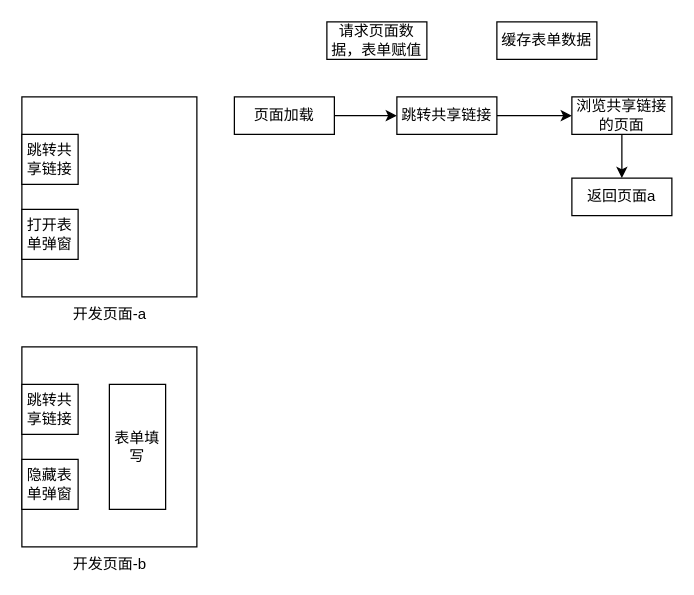
Before: price文章bug图.drawio in snake34475/draw.io, a draw.io diagram. Source tidied: cells renumbered, new cells numbered last; positions are measured from the earlier drawing's top-left corner, leaving out a move shared by most shapes. Both pictures are drawn from the tidied source at 125%, with x=0, y=0 at pixel (21, 21).
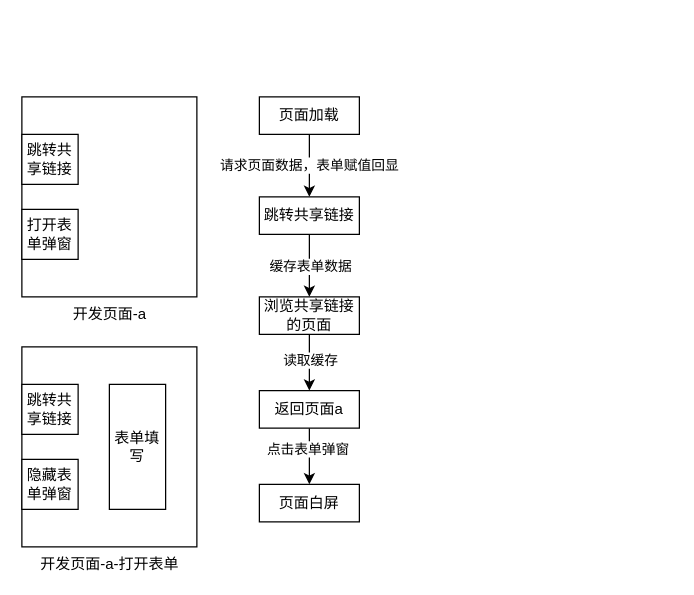
Above is the later version.

Commit message (it also covers changes not shown here):
更新price文章bug图.drawio

Unchanged cells that the change refers to:
```xml
<mxCell id="5" style="edgeStyle=orthogonalEdgeStyle;rounded=0;jettySize=auto;html=1;" parent="1" edge="1" source="6" target="9">
  <mxGeometry relative="1" as="geometry" />
</mxCell>
<mxCell id="8" style="edgeStyle=orthogonalEdgeStyle;rounded=0;jettySize=auto;html=1;" parent="1" edge="1" source="9" target="11">
  <mxGeometry relative="1" as="geometry" />
</mxCell>
<mxCell id="10" style="edgeStyle=orthogonalEdgeStyle;rounded=0;jettySize=auto;html=1;" parent="1" edge="1" source="11" target="17">
  <mxGeometry relative="1" as="geometry" />
</mxCell>
```

The edit, as a diff of the source:
```diff
@@
+    <mxCell id="18" value="请求页面数据，表单赋值回显&lt;br&gt;" style="edgeLabel;html=1;align=center;verticalAlign=middle;" parent="5" vertex="1">
+      <mxGeometry x="-0.05" y="-1" relative="1" as="geometry" />
+    </mxCell>
     <mxCell id="6" value="页面加载" style="rounded=0;whiteSpace=wrap;html=1;" parent="1" vertex="1">
-      <mxGeometry x="170" y="60" width="80" height="30" as="geometry" />
+      <mxGeometry x="190" y="60" width="80" height="30" as="geometry" />
     </mxCell>
-    <mxCell id="7" value="请求页面数据，表单赋值" style="rounded=0;whiteSpace=wrap;html=1;" parent="1" vertex="1">
-      <mxGeometry x="244" width="80" height="30" as="geometry" />
-    </mxCell>
@@
+    <mxCell id="12" value="缓存表单数据" style="edgeLabel;html=1;align=center;verticalAlign=middle;" parent="8" vertex="1">
+      <mxGeometry relative="1" as="geometry" />
+    </mxCell>
     <mxCell id="9" value="跳转共享链接" style="rounded=0;whiteSpace=wrap;html=1;" parent="1" vertex="1">
-      <mxGeometry x="300" y="60" width="80" height="30" as="geometry" />
+      <mxGeometry x="190" y="140" width="80" height="30" as="geometry" />
     </mxCell>
@@
+    <mxCell id="19" value="读取缓存" style="edgeLabel;html=1;align=center;verticalAlign=middle;" parent="10" vertex="1">
+      <mxGeometry x="-0.47" y="-3" relative="1" as="geometry">
+        <mxPoint x="3" y="8" as="offset" />
+      </mxGeometry>
+    </mxCell>
     <mxCell id="11" value="浏览共享链接的页面" style="rounded=0;whiteSpace=wrap;html=1;" parent="1" vertex="1">
-      <mxGeometry x="440" y="60" width="80" height="30" as="geometry" />
+      <mxGeometry x="190" y="220" width="80" height="30" as="geometry" />
     </mxCell>
-    <mxCell id="12" value="缓存表单数据" style="rounded=0;whiteSpace=wrap;html=1;" parent="1" vertex="1">
-      <mxGeometry x="380" width="80" height="30" as="geometry" />
-    </mxCell>
-    <mxCell id="13" value="开发页面-b" style="verticalLabelPosition=bottom;verticalAlign=top;html=1;shape=mxgraph.basic.rect;fillColor2=none;strokeWidth=1;size=20;indent=5;" parent="1" vertex="1">
+    <mxCell id="13" value="开发页面-a-打开表单&lt;br&gt;" style="verticalLabelPosition=bottom;verticalAlign=top;html=1;shape=mxgraph.basic.rect;fillColor2=none;strokeWidth=1;size=20;indent=5;" parent="1" vertex="1">
       <mxGeometry y="260" width="140" height="160" as="geometry" />
     </mxCell>
@@
+    <mxCell id="20" style="edgeStyle=orthogonalEdgeStyle;rounded=0;jettySize=auto;html=1;" parent="1" edge="1" source="17" target="22">
+      <mxGeometry relative="1" as="geometry" />
+    </mxCell>
+    <mxCell id="21" value="点击表单弹窗" style="edgeLabel;html=1;align=center;verticalAlign=middle;" parent="20" vertex="1">
+      <mxGeometry x="-0.27" y="-2" relative="1" as="geometry" />
+    </mxCell>
     <mxCell id="17" value="返回页面a" style="rounded=0;whiteSpace=wrap;html=1;" parent="1" vertex="1">
-      <mxGeometry x="440" y="125" width="80" height="30" as="geometry" />
+      <mxGeometry x="190" y="295" width="80" height="30" as="geometry" />
     </mxCell>
+    <mxCell id="22" value="页面白屏" style="rounded=0;whiteSpace=wrap;html=1;" parent="1" vertex="1">
+      <mxGeometry x="190" y="370" width="80" height="30" as="geometry" />
+    </mxCell>
```
